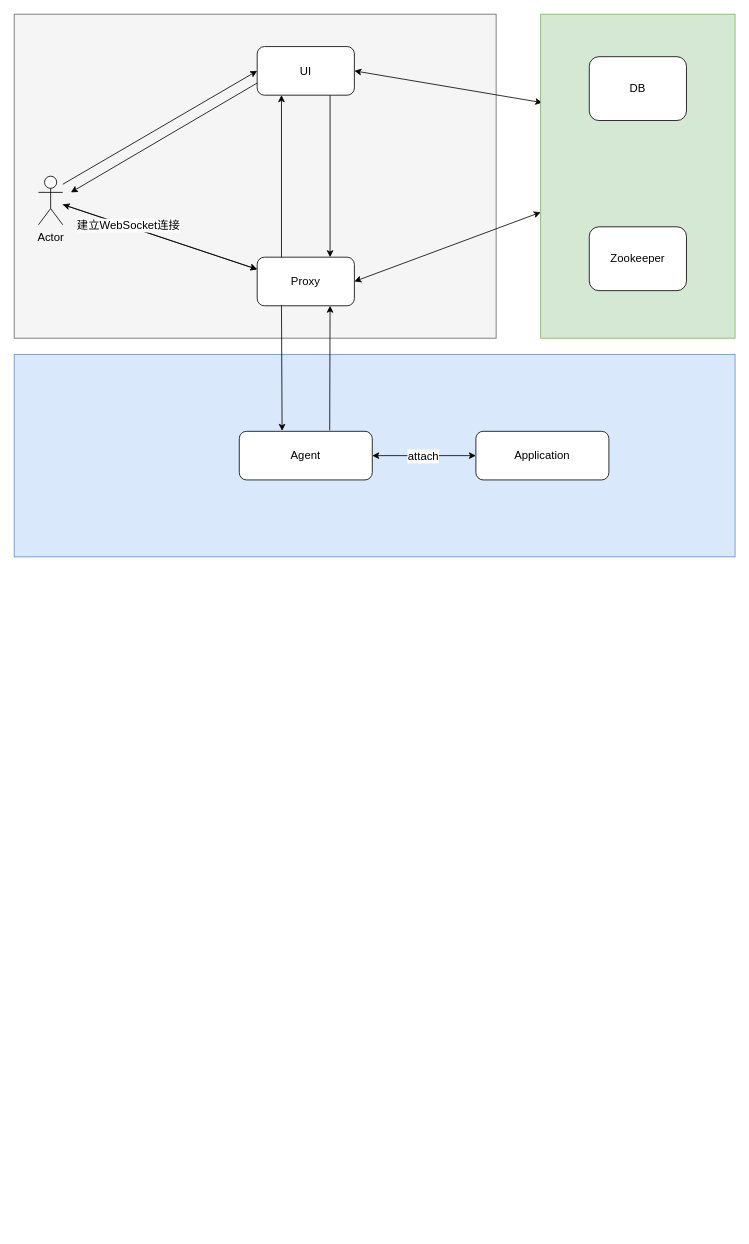
Above: 1Untitled Diagram.drawio in fengyouliang/drawio (draw.io), before the change. Source tidied: cells renumbered, new cells numbered last; positions are measured from the earlier drawing's top-left corner, leaving out a move shared by most shapes. Both pictures are drawn from the tidied source at 81%, with x=0, y=0 at pixel (14, 14).
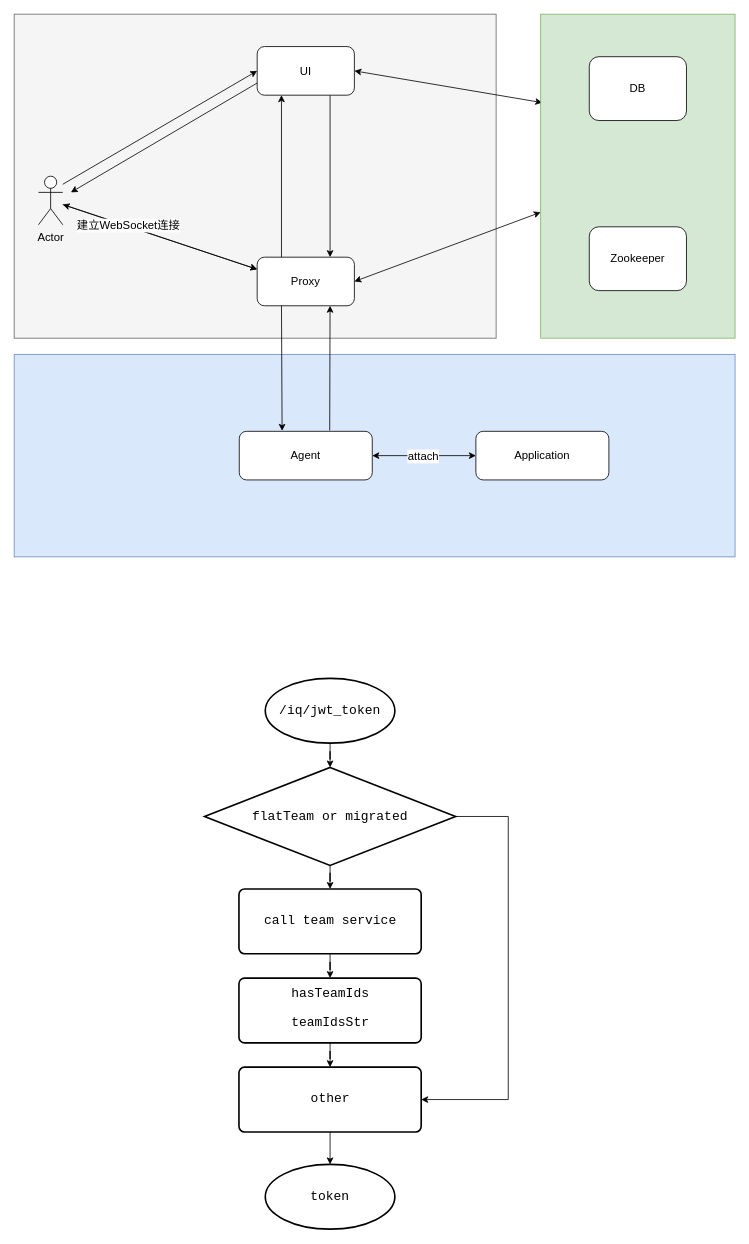
After the change.

Change to the diagram source:
```diff
@@
+    <mxCell id="26" style="edgeStyle=orthogonalEdgeStyle;rounded=0;jettySize=auto;html=1;fontSize=16;fontColor=#000000;" parent="1" edge="1" source="27" target="30">
+      <mxGeometry relative="1" as="geometry" />
+    </mxCell>
+    <mxCell id="27" value="&lt;pre style=&quot;font-family: &amp;quot;JetBrains Mono&amp;quot;, monospace;&quot;&gt;&lt;font style=&quot;font-size: 16px;&quot;&gt;/iq/jwt_token&lt;/font&gt;&lt;/pre&gt;" style="strokeWidth=2;html=1;shape=mxgraph.flowchart.start_2;whiteSpace=wrap;" parent="1" vertex="1">
+      <mxGeometry x="310" y="820" width="160" height="80" as="geometry" />
+    </mxCell>
+    <mxCell id="28" style="edgeStyle=orthogonalEdgeStyle;rounded=0;jettySize=auto;html=1;fontSize=16;fontColor=#000000;" parent="1" edge="1" source="30" target="32">
+      <mxGeometry relative="1" as="geometry" />
+    </mxCell>
+    <mxCell id="29" style="edgeStyle=orthogonalEdgeStyle;rounded=0;jettySize=auto;html=1;fontSize=16;fontColor=#000000;entryX=1;entryY=0.5;entryDx=0;entryDy=0;" parent="1" edge="1" source="30" target="37">
+      <mxGeometry relative="1" as="geometry">
+        <Array as="points">
+          <mxPoint x="610" y="991" />
+          <mxPoint x="610" y="1340" />
+        </Array>
+      </mxGeometry>
+    </mxCell>
+    <mxCell id="30" value="&lt;pre style=&quot;font-family: &amp;quot;JetBrains Mono&amp;quot;, monospace;&quot;&gt;&lt;font style=&quot;font-size: 16px;&quot;&gt;flatTeam or migrated&lt;/font&gt;&lt;/pre&gt;" style="strokeWidth=2;html=1;shape=mxgraph.flowchart.decision;whiteSpace=wrap;labelBackgroundColor=none;fontColor=#000000;" parent="1" vertex="1">
+      <mxGeometry x="235" y="930" width="310" height="121" as="geometry" />
+    </mxCell>
+    <mxCell id="31" style="edgeStyle=orthogonalEdgeStyle;rounded=0;jettySize=auto;html=1;fontSize=16;fontColor=#000000;" parent="1" edge="1" source="32" target="35">
+      <mxGeometry relative="1" as="geometry" />
+    </mxCell>
+    <mxCell id="32" value="&lt;pre style=&quot;font-size: 12px; font-family: &amp;quot;JetBrains Mono&amp;quot;, monospace;&quot;&gt;&lt;font style=&quot;font-size: 16px;&quot;&gt;call team service&lt;/font&gt;&lt;/pre&gt;" style="rounded=1;whiteSpace=wrap;html=1;absoluteArcSize=1;arcSize=14;strokeWidth=2;labelBackgroundColor=none;fontSize=16;fontColor=#000000;" parent="1" vertex="1">
+      <mxGeometry x="277.5" y="1080" width="225" height="80" as="geometry" />
+    </mxCell>
+    <mxCell id="33" value="&lt;pre style=&quot;font-family: &amp;quot;JetBrains Mono&amp;quot;, monospace;&quot;&gt;&lt;span style=&quot;font-size: 16px;&quot;&gt;token&lt;/span&gt;&lt;/pre&gt;" style="strokeWidth=2;html=1;shape=mxgraph.flowchart.start_2;whiteSpace=wrap;" parent="1" vertex="1">
+      <mxGeometry x="310" y="1420" width="160" height="80" as="geometry" />
+    </mxCell>
+    <mxCell id="34" style="edgeStyle=orthogonalEdgeStyle;rounded=0;jettySize=auto;html=1;fontSize=16;fontColor=#000000;" parent="1" edge="1" source="35" target="37">
+      <mxGeometry relative="1" as="geometry" />
+    </mxCell>
+    <mxCell id="35" value="&lt;pre style=&quot;font-size: 12px; font-family: &amp;quot;JetBrains Mono&amp;quot;, monospace;&quot;&gt;&lt;font style=&quot;font-size: 16px;&quot;&gt;hasTeamIds&lt;/font&gt;&lt;/pre&gt;&lt;pre style=&quot;font-family: &amp;quot;JetBrains Mono&amp;quot;, monospace;&quot;&gt;teamIdsStr&lt;/pre&gt;" style="rounded=1;whiteSpace=wrap;html=1;absoluteArcSize=1;arcSize=14;strokeWidth=2;labelBackgroundColor=none;fontSize=16;fontColor=#000000;" parent="1" vertex="1">
+      <mxGeometry x="277.5" y="1190" width="225" height="80" as="geometry" />
+    </mxCell>
+    <mxCell id="36" style="edgeStyle=orthogonalEdgeStyle;rounded=0;jettySize=auto;html=1;fontSize=16;fontColor=#000000;" parent="1" edge="1" source="37" target="33">
+      <mxGeometry relative="1" as="geometry" />
+    </mxCell>
+    <mxCell id="37" value="&lt;pre style=&quot;font-size: 12px; font-family: &amp;quot;JetBrains Mono&amp;quot;, monospace;&quot;&gt;&lt;font style=&quot;font-size: 16px;&quot;&gt;other&lt;/font&gt;&lt;/pre&gt;" style="rounded=1;whiteSpace=wrap;html=1;absoluteArcSize=1;arcSize=14;strokeWidth=2;labelBackgroundColor=none;fontSize=16;fontColor=#000000;" parent="1" vertex="1">
+      <mxGeometry x="277.5" y="1300" width="225" height="80" as="geometry" />
+    </mxCell>
```
